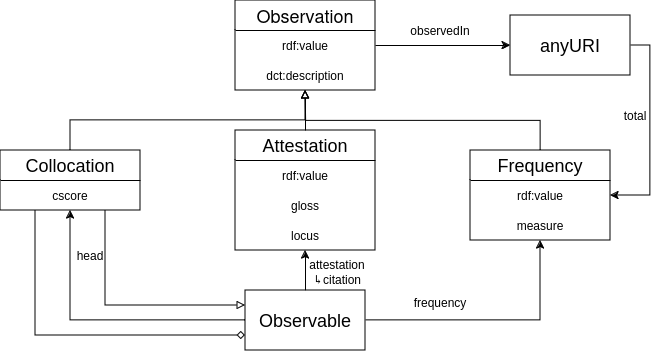
Earlier version of the draw.io export img/FrAC.drawio.png (ontolex/frequency-attestation-corpus-information). Source tidied: cells renumbered, new cells last; positions are measured from the earlier drawing's top-left corner, leaving out a move shared by most shapes.
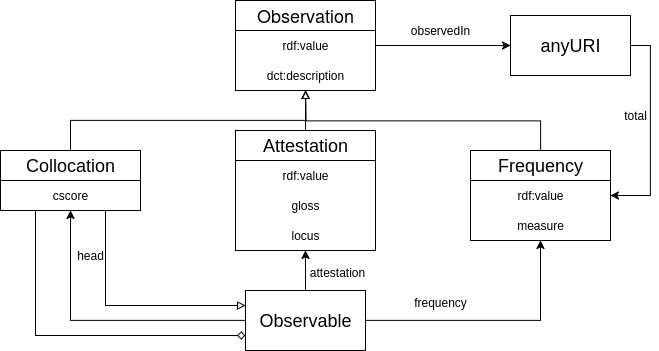
The same file after the commit.

The edit, as a diff of the source:
```diff
@@ -76,7 +76,7 @@
     <mxCell id="25" value="head" style="text;html=1;align=center;verticalAlign=middle;whiteSpace=wrap;rounded=0;fontFamily=Arimo;fontSource=https%3A%2F%2Ffonts.googleapis.com%2Fcss%3Ffamily%3DArimo;" parent="1" vertex="1">
       <mxGeometry x="60" y="240" width="60" height="30" as="geometry" />
     </mxCell>
-    <mxCell id="26" value="&lt;div&gt;attestation&lt;/div&gt;&lt;div&gt;&lt;font face=&quot;Arimo&quot;&gt;↳citation&lt;br&gt;&lt;/font&gt;&lt;/div&gt;" style="text;html=1;align=center;verticalAlign=middle;whiteSpace=wrap;rounded=0;fontFamily=Arimo;fontSource=https%3A%2F%2Ffonts.googleapis.com%2Fcss%3Ffamily%3DArimo;" parent="1" vertex="1">
+    <mxCell id="26" value="&lt;div&gt;attestation&lt;/div&gt;" style="text;html=1;align=center;verticalAlign=middle;whiteSpace=wrap;rounded=0;fontFamily=Arimo;fontSource=https%3A%2F%2Ffonts.googleapis.com%2Fcss%3Ffamily%3DArimo;" parent="1" vertex="1">
       <mxGeometry x="307" y="257" width="60" height="30" as="geometry" />
     </mxCell>
     <mxCell id="27" style="edgeStyle=orthogonalEdgeStyle;rounded=0;jettySize=auto;html=1;exitX=1;exitY=0.5;exitDx=0;exitDy=0;entryX=1;entryY=0.5;entryDx=0;entryDy=0;" parent="1" edge="1" source="28" target="13">
```
